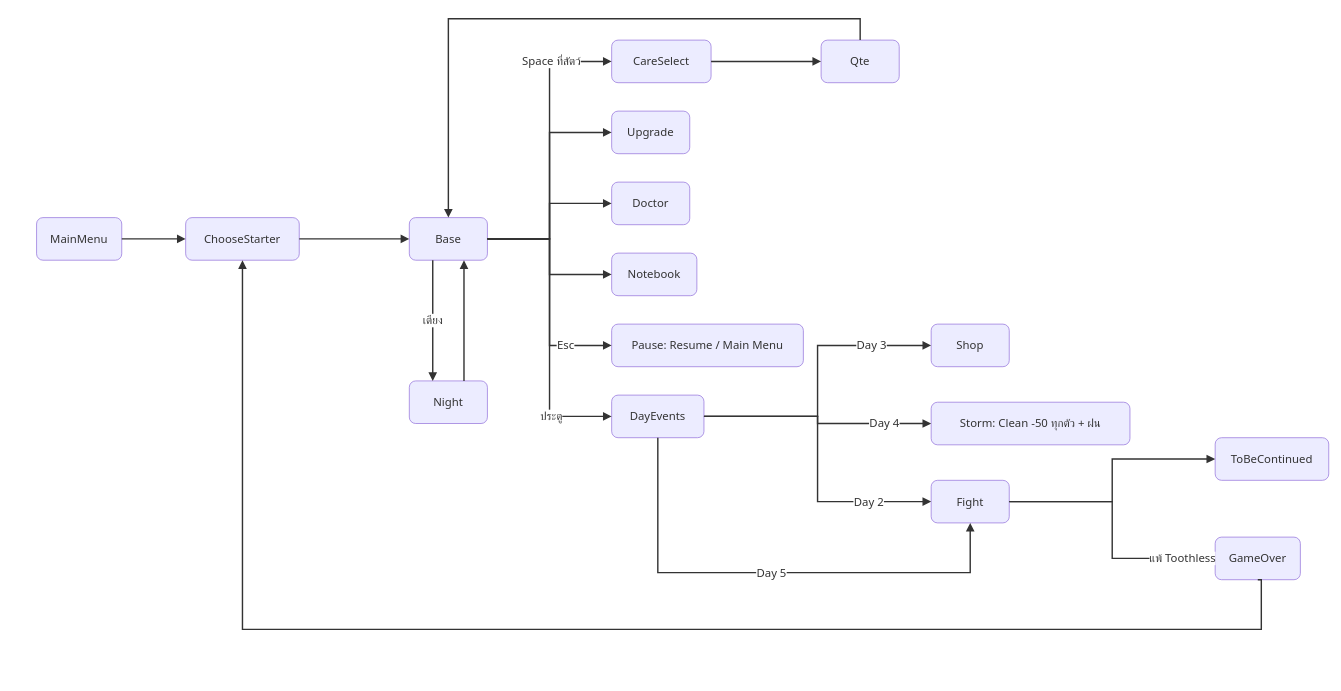
Before: BEPAL/Docs/GDD/diagrams/scene-flow.drawio in SShoww/CoProjectBepal, a draw.io diagram. Source tidied: cells renumbered, new cells numbered last; positions are measured from the earlier drawing's top-left corner, leaving out a move shared by most shapes. Both pictures are drawn from the tidied source at 71%, with x=0, y=0 at pixel (36, 18).
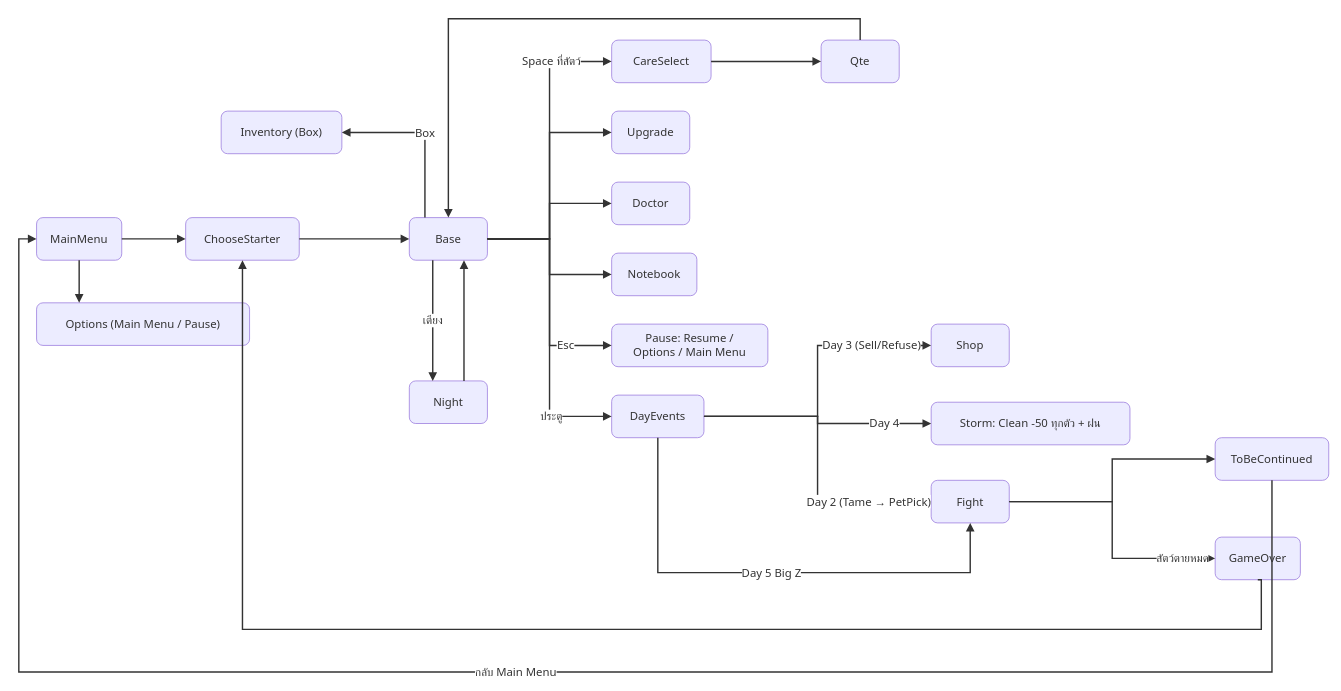
The same diagram, later.

Unchanged cells that the change refers to:
```xml
<mxCell id="2" value="MainMenu" style="html=1;whiteSpace=wrap;strokeWidth=1;fillColor=light-dark(#ECECFF,#1f2020);strokeColor=light-dark(#9370DB,#cccccc);fontColor=light-dark(#333333,#cccccc);fontFamily=Tahoma,Leelawadee UI,Trebuchet MS,sans-serif;fontSize=16;rounded=1;" parent="1" vertex="1">
  <mxGeometry y="280" width="120" height="60" as="geometry" />
</mxCell>
<mxCell id="4" value="Base" style="html=1;whiteSpace=wrap;strokeWidth=1;fillColor=light-dark(#ECECFF,#1f2020);strokeColor=light-dark(#9370DB,#cccccc);fontColor=light-dark(#333333,#cccccc);fontFamily=Tahoma,Leelawadee UI,Trebuchet MS,sans-serif;fontSize=16;rounded=1;" parent="1" vertex="1">
  <mxGeometry x="525" y="280" width="110" height="60" as="geometry" />
</mxCell>
<mxCell id="11" value="DayEvents" style="html=1;whiteSpace=wrap;strokeWidth=1;fillColor=light-dark(#ECECFF,#1f2020);strokeColor=light-dark(#9370DB,#cccccc);fontColor=light-dark(#333333,#cccccc);fontFamily=Tahoma,Leelawadee UI,Trebuchet MS,sans-serif;fontSize=16;rounded=1;" parent="1" vertex="1">
  <mxGeometry x="810" y="530" width="130" height="60" as="geometry" />
</mxCell>
<mxCell id="13" value="Shop" style="html=1;whiteSpace=wrap;strokeWidth=1;fillColor=light-dark(#ECECFF,#1f2020);strokeColor=light-dark(#9370DB,#cccccc);fontColor=light-dark(#333333,#cccccc);fontFamily=Tahoma,Leelawadee UI,Trebuchet MS,sans-serif;fontSize=16;rounded=1;" parent="1" vertex="1">
  <mxGeometry x="1260" y="430" width="110" height="60" as="geometry" />
</mxCell>
<mxCell id="15" value="Fight" style="html=1;whiteSpace=wrap;strokeWidth=1;fillColor=light-dark(#ECECFF,#1f2020);strokeColor=light-dark(#9370DB,#cccccc);fontColor=light-dark(#333333,#cccccc);fontFamily=Tahoma,Leelawadee UI,Trebuchet MS,sans-serif;fontSize=16;rounded=1;" parent="1" vertex="1">
  <mxGeometry x="1260" y="650" width="110" height="60" as="geometry" />
</mxCell>
<mxCell id="16" value="ToBeContinued" style="html=1;whiteSpace=wrap;strokeWidth=1;fillColor=light-dark(#ECECFF,#1f2020);strokeColor=light-dark(#9370DB,#cccccc);fontColor=light-dark(#333333,#cccccc);fontFamily=Tahoma,Leelawadee UI,Trebuchet MS,sans-serif;fontSize=16;rounded=1;" parent="1" vertex="1">
  <mxGeometry x="1660" y="590" width="160" height="60" as="geometry" />
</mxCell>
<mxCell id="17" value="GameOver" style="html=1;whiteSpace=wrap;strokeWidth=1;fillColor=light-dark(#ECECFF,#1f2020);strokeColor=light-dark(#9370DB,#cccccc);fontColor=light-dark(#333333,#cccccc);fontFamily=Tahoma,Leelawadee UI,Trebuchet MS,sans-serif;fontSize=16;rounded=1;" parent="1" vertex="1">
  <mxGeometry x="1660" y="730" width="120" height="60" as="geometry" />
</mxCell>
```

Diff of the diagram source:
```diff
@@
-    <mxCell id="10" value="Pause: Resume / Main Menu" style="html=1;whiteSpace=wrap;strokeWidth=1;fillColor=light-dark(#ECECFF,#1f2020);strokeColor=light-dark(#9370DB,#cccccc);fontColor=light-dark(#333333,#cccccc);fontFamily=Tahoma,Leelawadee UI,Trebuchet MS,sans-serif;fontSize=16;rounded=1;" parent="1" vertex="1">
-      <mxGeometry x="810" y="430" width="270" height="60" as="geometry" />
+    <mxCell id="10" value="Pause: Resume /&lt;br&gt;Options / Main Menu" style="html=1;whiteSpace=wrap;strokeWidth=1;fillColor=light-dark(#ECECFF,#1f2020);strokeColor=light-dark(#9370DB,#cccccc);fontColor=light-dark(#333333,#cccccc);fontFamily=Tahoma,Leelawadee UI,Trebuchet MS,sans-serif;fontSize=16;rounded=1;" parent="1" vertex="1">
+      <mxGeometry x="810" y="430" width="220" height="60" as="geometry" />
     </mxCell>
@@
+    <mxCell id="37" value="Options (Main Menu / Pause)" style="html=1;whiteSpace=wrap;strokeWidth=1;fillColor=light-dark(#ECECFF,#1f2020);strokeColor=light-dark(#9370DB,#cccccc);fontColor=light-dark(#333333,#cccccc);fontFamily=Tahoma,Leelawadee UI,Trebuchet MS,sans-serif;fontSize=16;rounded=1;" parent="1" vertex="1">
+      <mxGeometry y="400" width="300" height="60" as="geometry" />
+    </mxCell>
+    <mxCell id="38" value="Inventory (Box)" style="html=1;whiteSpace=wrap;strokeWidth=1;fillColor=light-dark(#ECECFF,#1f2020);strokeColor=light-dark(#9370DB,#cccccc);fontColor=light-dark(#333333,#cccccc);fontFamily=Tahoma,Leelawadee UI,Trebuchet MS,sans-serif;fontSize=16;rounded=1;" parent="1" vertex="1">
+      <mxGeometry x="260" y="130" width="170" height="60" as="geometry" />
+    </mxCell>
+    <mxCell id="39" style="edgeStyle=orthogonalEdgeStyle;rounded=0;html=1;startArrow=none;endArrow=block;endSize=7;strokeWidth=2;strokeColor=light-dark(#333333,#cccccc);labelBackgroundColor=default;fontColor=light-dark(#333333,#cccccc);fontFamily=Tahoma,Leelawadee UI,Trebuchet MS,sans-serif;fontSize=16;exitX=0.5;exitY=1;exitDx=0;exitDy=0;entryX=0.2;entryY=0;entryDx=0;entryDy=0;" parent="1" edge="1" source="2" target="37">
+      <mxGeometry relative="1" as="geometry" />
+    </mxCell>
+    <mxCell id="40" value="Box" style="edgeStyle=orthogonalEdgeStyle;rounded=0;html=1;startArrow=none;endArrow=block;endSize=7;strokeWidth=2;strokeColor=light-dark(#333333,#cccccc);labelBackgroundColor=default;fontColor=light-dark(#333333,#cccccc);fontFamily=Tahoma,Leelawadee UI,Trebuchet MS,sans-serif;fontSize=16;exitX=0.2;exitY=0;exitDx=0;exitDy=0;entryX=1;entryY=0.5;entryDx=0;entryDy=0;" parent="1" edge="1" source="4" target="38">
+      <mxGeometry relative="1" as="geometry">
+        <Array as="points">
+          <mxPoint x="547" y="160" />
+        </Array>
+      </mxGeometry>
+    </mxCell>
+    <mxCell id="41" value="กลับ Main Menu" style="edgeStyle=orthogonalEdgeStyle;rounded=0;html=1;startArrow=none;endArrow=block;endSize=7;strokeWidth=2;strokeColor=light-dark(#333333,#cccccc);labelBackgroundColor=default;fontColor=light-dark(#333333,#cccccc);fontFamily=Tahoma,Leelawadee UI,Trebuchet MS,sans-serif;fontSize=16;exitX=0.5;exitY=1;exitDx=0;exitDy=0;entryX=0;entryY=0.5;entryDx=0;entryDy=0;" parent="1" edge="1" source="16" target="2">
+      <mxGeometry relative="1" as="geometry">
+        <Array as="points">
+          <mxPoint x="1740" y="920" />
+          <mxPoint x="-25" y="920" />
+          <mxPoint x="-25" y="310" />
+        </Array>
+      </mxGeometry>
+    </mxCell>
@@
-    <mxCell id="30" value="Day 2" style="edgeStyle=orthogonalEdgeStyle;rounded=0;html=1;startArrow=none;endArrow=block;endSize=7;strokeWidth=2;strokeColor=light-dark(#333333,#cccccc);labelBackgroundColor=default;fontColor=light-dark(#333333,#cccccc);fontFamily=Tahoma,Leelawadee UI,Trebuchet MS,sans-serif;fontSize=16;exitX=1;exitY=0.5;exitDx=0;exitDy=0;entryX=0;entryY=0.5;entryDx=0;entryDy=0;" parent="1" edge="1" source="11" target="15">
+    <mxCell id="30" value="Day 2 (Tame → PetPick)" style="edgeStyle=orthogonalEdgeStyle;rounded=0;html=1;startArrow=none;endArrow=block;endSize=7;strokeWidth=2;strokeColor=light-dark(#333333,#cccccc);labelBackgroundColor=default;fontColor=light-dark(#333333,#cccccc);fontFamily=Tahoma,Leelawadee UI,Trebuchet MS,sans-serif;fontSize=16;exitX=1;exitY=0.5;exitDx=0;exitDy=0;entryX=0;entryY=0.5;entryDx=0;entryDy=0;" parent="1" edge="1" source="11" target="15">
       <mxGeometry x="0.6" relative="1" as="geometry" />
     </mxCell>
-    <mxCell id="31" value="Day 3" style="edgeStyle=orthogonalEdgeStyle;rounded=0;html=1;startArrow=none;endArrow=block;endSize=7;strokeWidth=2;strokeColor=light-dark(#333333,#cccccc);labelBackgroundColor=default;fontColor=light-dark(#333333,#cccccc);fontFamily=Tahoma,Leelawadee UI,Trebuchet MS,sans-serif;fontSize=16;exitX=1;exitY=0.5;exitDx=0;exitDy=0;entryX=0;entryY=0.5;entryDx=0;entryDy=0;" parent="1" edge="1" source="11" target="13">
+    <mxCell id="31" value="Day 3 (Sell/Refuse)" style="edgeStyle=orthogonalEdgeStyle;rounded=0;html=1;startArrow=none;endArrow=block;endSize=7;strokeWidth=2;strokeColor=light-dark(#333333,#cccccc);labelBackgroundColor=default;fontColor=light-dark(#333333,#cccccc);fontFamily=Tahoma,Leelawadee UI,Trebuchet MS,sans-serif;fontSize=16;exitX=1;exitY=0.5;exitDx=0;exitDy=0;entryX=0;entryY=0.5;entryDx=0;entryDy=0;" parent="1" edge="1" source="11" target="13">
       <mxGeometry x="0.6" relative="1" as="geometry" />
     </mxCell>
@@
-    <mxCell id="33" value="Day 5" style="edgeStyle=orthogonalEdgeStyle;rounded=0;html=1;startArrow=none;endArrow=block;endSize=7;strokeWidth=2;strokeColor=light-dark(#333333,#cccccc);labelBackgroundColor=default;fontColor=light-dark(#333333,#cccccc);fontFamily=Tahoma,Leelawadee UI,Trebuchet MS,sans-serif;fontSize=16;exitX=0.5;exitY=1;exitDx=0;exitDy=0;entryX=0.5;entryY=1;entryDx=0;entryDy=0;" parent="1" edge="1" source="11" target="15">
+    <mxCell id="33" value="Day 5 Big Z" style="edgeStyle=orthogonalEdgeStyle;rounded=0;html=1;startArrow=none;endArrow=block;endSize=7;strokeWidth=2;strokeColor=light-dark(#333333,#cccccc);labelBackgroundColor=default;fontColor=light-dark(#333333,#cccccc);fontFamily=Tahoma,Leelawadee UI,Trebuchet MS,sans-serif;fontSize=16;exitX=0.5;exitY=1;exitDx=0;exitDy=0;entryX=0.5;entryY=1;entryDx=0;entryDy=0;" parent="1" edge="1" source="11" target="15">
       <mxGeometry relative="1" as="geometry">
         <Array as="points">
           <mxPoint x="875" y="780" />
           <mxPoint x="1315" y="780" />
         </Array>
       </mxGeometry>
     </mxCell>
@@
-    <mxCell id="35" value="แพ้ Toothless" style="edgeStyle=orthogonalEdgeStyle;rounded=0;html=1;startArrow=none;endArrow=block;endSize=7;strokeWidth=2;strokeColor=light-dark(#333333,#cccccc);labelBackgroundColor=default;fontColor=light-dark(#333333,#cccccc);fontFamily=Tahoma,Leelawadee UI,Trebuchet MS,sans-serif;fontSize=16;exitX=1;exitY=0.5;exitDx=0;exitDy=0;entryX=0;entryY=0.5;entryDx=0;entryDy=0;" parent="1" edge="1" source="15" target="17">
+    <mxCell id="35" value="สัตว์ตายหมด" style="edgeStyle=orthogonalEdgeStyle;rounded=0;html=1;startArrow=none;endArrow=block;endSize=7;strokeWidth=2;strokeColor=light-dark(#333333,#cccccc);labelBackgroundColor=default;fontColor=light-dark(#333333,#cccccc);fontFamily=Tahoma,Leelawadee UI,Trebuchet MS,sans-serif;fontSize=16;exitX=1;exitY=0.5;exitDx=0;exitDy=0;entryX=0;entryY=0.5;entryDx=0;entryDy=0;" parent="1" edge="1" source="15" target="17">
       <mxGeometry x="0.75" relative="1" as="geometry" />
     </mxCell>
```
